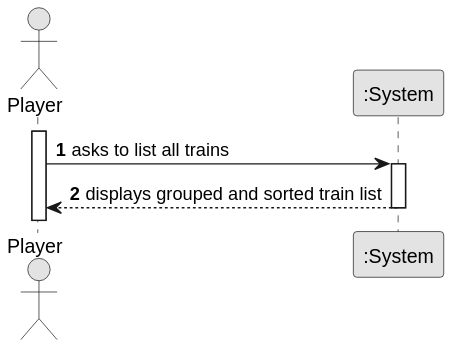
This is docs/sprint2/us011/01.requirements-engineering/svg/us011-system-sequence-diagram.svg from ivasduarte/all-aboard, a PlantUML export, as it was before one commit. Its diagram source:
```plantuml
@startuml
skinparam monochrome true
skinparam packageStyle rectangle
skinparam shadowing false

autonumber

actor "Player" as Player
participant ":System" as System

activate Player

    Player -> System : asks to list all trains
    activate System

    System --> Player : displays grouped and sorted train list
    deactivate System
@enduml
```
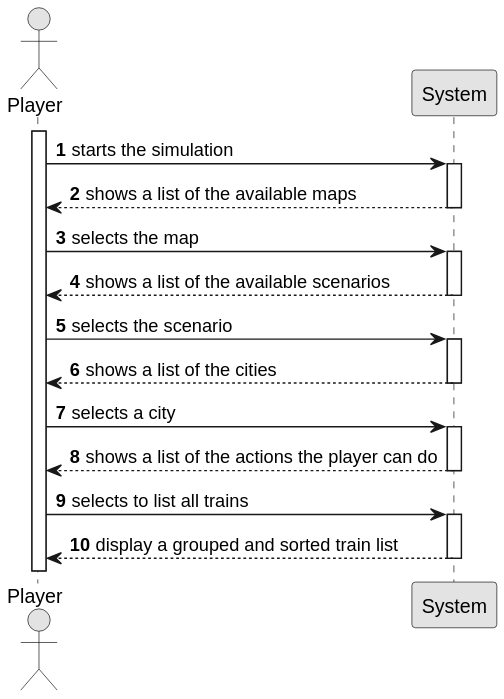
Later version of the same file.

The edit, as a diff of the source:
```diff
@@ -6,13 +6,37 @@
 autonumber
 
 actor "Player" as Player
-participant ":System" as System
+participant "System" as System
 
 activate Player
 
-    Player -> System : asks to list all trains
+    Player -> System : starts the simulation
     activate System
 
-    System --> Player : displays grouped and sorted train list
+    System --> Player : shows a list of the available maps
+    deactivate System
+
+    Player -> System : selects the map
+    activate System
+
+    System --> Player : shows a list of the available scenarios
+    deactivate System
+
+    Player -> System : selects the scenario
+    activate System
+
+    System --> Player : shows a list of the cities
+    deactivate System
+
+    Player -> System : selects a city
+    activate System
+
+    System --> Player : shows a list of the actions the player can do
+    deactivate System
+
+    Player -> System : selects to list all trains
+    activate System
+
+    System --> Player : display a grouped and sorted train list
     deactivate System
 @enduml
```
